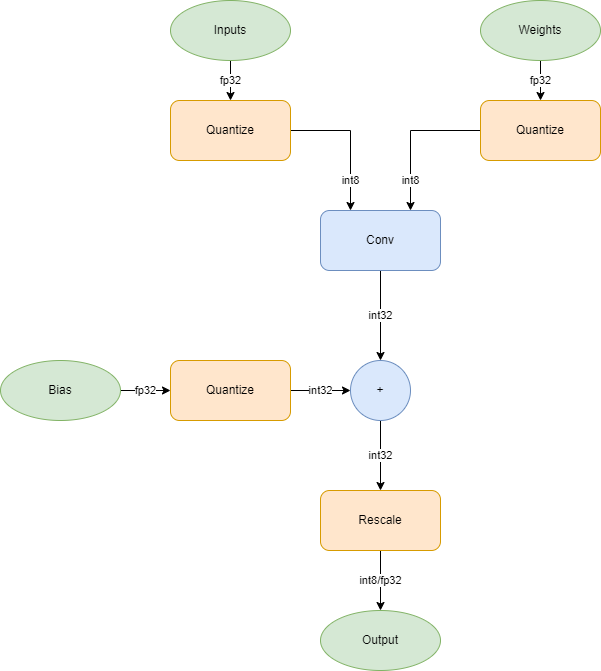
The draw.io diagram images/quantized_inference.png in matlab-deep-learning/quantization-aware-training, before a commit. Source tidied: cells renumbered, new cells last; positions are measured from the earlier drawing's top-left corner, leaving out a move shared by most shapes.
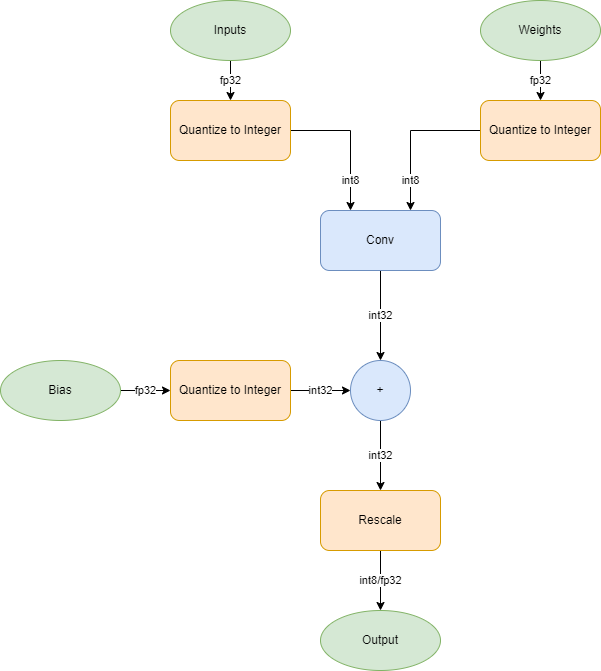
The same file after the commit.

The edit, as a diff of the source:
```diff
@@ -33,7 +33,7 @@
     <mxCell id="10" value="Weights" style="ellipse;whiteSpace=wrap;html=1;rounded=1;fillColor=#d5e8d4;strokeColor=#82b366;" parent="1" vertex="1">
       <mxGeometry x="480" width="120" height="60" as="geometry" />
     </mxCell>
-    <mxCell id="11" value="Quantize" style="rounded=1;whiteSpace=wrap;html=1;fillColor=#ffe6cc;strokeColor=#d79b00;" parent="1" vertex="1">
+    <mxCell id="11" value="Quantize to Integer" style="rounded=1;whiteSpace=wrap;html=1;fillColor=#ffe6cc;strokeColor=#d79b00;" parent="1" vertex="1">
       <mxGeometry x="480" y="100" width="120" height="60" as="geometry" />
     </mxCell>
     <mxCell id="12" value="int8/fp32" style="edgeStyle=orthogonalEdgeStyle;rounded=0;jettySize=auto;html=1;startArrow=none;startFill=0;endArrow=classic;endFill=1;exitX=0.5;exitY=1;exitDx=0;exitDy=0;" parent="1" edge="1" source="14" target="13">
@@ -51,10 +51,10 @@
     <mxCell id="16" value="Inputs" style="ellipse;whiteSpace=wrap;html=1;rounded=1;fillColor=#d5e8d4;strokeColor=#82b366;" parent="1" vertex="1">
       <mxGeometry x="170" width="120" height="60" as="geometry" />
     </mxCell>
-    <mxCell id="17" value="Quantize" style="rounded=1;whiteSpace=wrap;html=1;fillColor=#ffe6cc;strokeColor=#d79b00;" parent="1" vertex="1">
+    <mxCell id="17" value="Quantize to Integer" style="rounded=1;whiteSpace=wrap;html=1;fillColor=#ffe6cc;strokeColor=#d79b00;" parent="1" vertex="1">
       <mxGeometry x="170" y="100" width="120" height="60" as="geometry" />
     </mxCell>
-    <mxCell id="18" value="Quantize" style="rounded=1;whiteSpace=wrap;html=1;fillColor=#ffe6cc;strokeColor=#d79b00;" parent="1" vertex="1">
+    <mxCell id="18" value="Quantize to Integer" style="rounded=1;whiteSpace=wrap;html=1;fillColor=#ffe6cc;strokeColor=#d79b00;" parent="1" vertex="1">
       <mxGeometry x="170" y="360" width="120" height="60" as="geometry" />
     </mxCell>
     <mxCell id="19" value="fp32" style="edgeStyle=orthogonalEdgeStyle;rounded=0;jettySize=auto;html=1;entryX=0;entryY=0.5;entryDx=0;entryDy=0;startArrow=none;startFill=0;endArrow=classic;endFill=1;" parent="1" edge="1" source="20" target="18">
```
